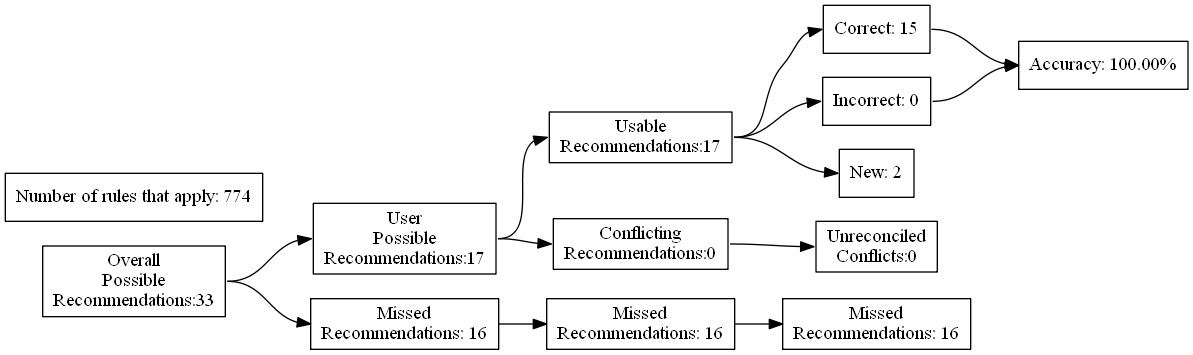
Before: test_renders/2.gv.png, a diagram exported from Graphviz (ZaxR/ibd_diet_analysis). Its source is kept beside it as test_renders/2.gv.
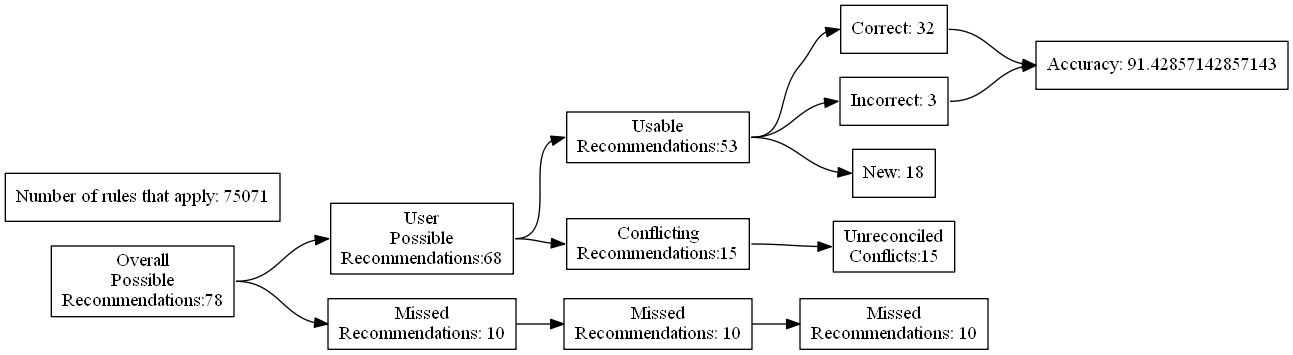
After the change.

The edit, as a diff of the source:
```diff
@@ -4,27 +4,27 @@
 	edge [headport=w tailport=e]
 		A [label="Overall
 Possible
-Recommendations:33"]
+Recommendations:78"]
 		B [label="User
 Possible
-Recommendations:17"]
+Recommendations:68"]
 		C [label="Missed
-Recommendations: 16"]
+Recommendations: 10"]
 		D [label="Usable
-Recommendations:17"]
+Recommendations:53"]
 		E [label="Conflicting
-Recommendations:0"]
+Recommendations:15"]
 		J [label="Missed
-Recommendations: 16"]
+Recommendations: 10"]
 		M [label="Unreconciled
-Conflicts:0"]
-		F [label="Correct: 15"]
-		G [label="Incorrect: 0"]
-		H [label="New: 2"]
+Conflicts:15"]
+		F [label="Correct: 32"]
+		G [label="Incorrect: 3"]
+		H [label="New: 18"]
 		K [label="Missed
-Recommendations: 16"]
-		I [label="Accuracy: 100.00%"]
-		l [label="Number of rules that apply: 774"]
+Recommendations: 10"]
+		I [label="Accuracy: 91.42857142857143"]
+		l [label="Number of rules that apply: 75071"]
 			A -> B
 			A -> C
 			B -> D
```
